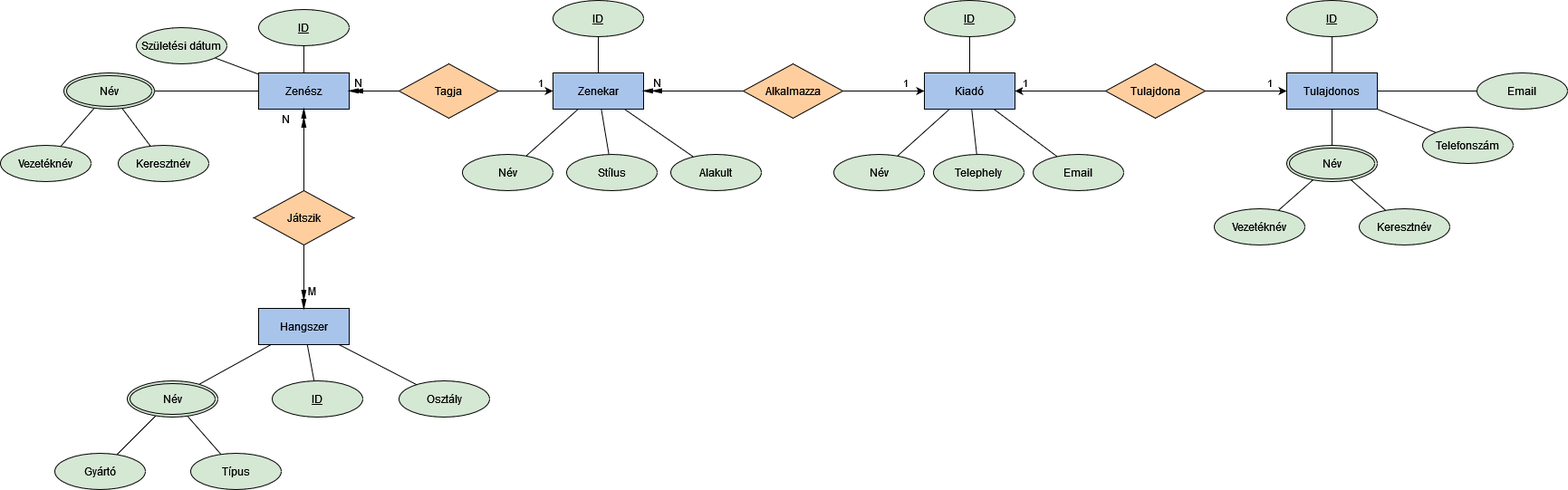
Before: XMLTaskD2ovj9/ERD2ovj9.png, a diagram exported from draw.io (ati72/d2ovj9_XMLGyak). Source tidied: cells renumbered, new cells last; positions are measured from the earlier drawing's top-left corner, leaving out a move shared by most shapes.
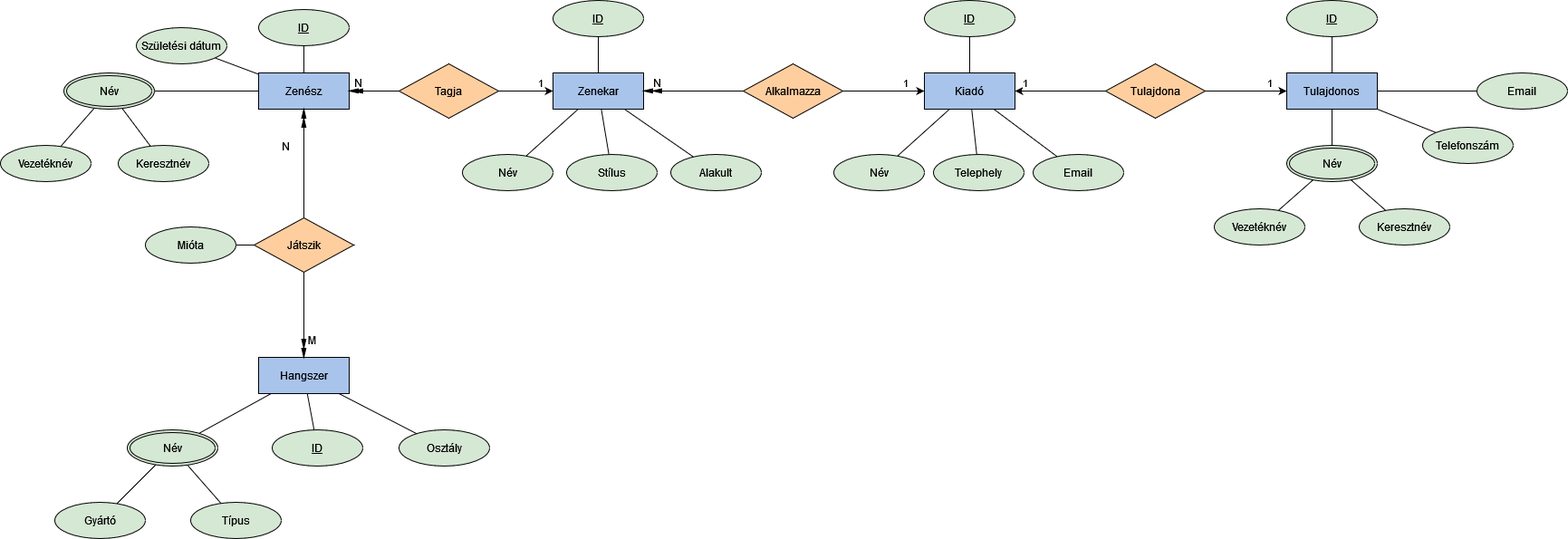
The same file after the commit.

Change to the diagram source:
```diff
@@ -142,10 +142,10 @@
       <mxGeometry relative="1" as="geometry" />
     </mxCell>
     <mxCell id="47" value="&lt;div&gt;Hangszer&lt;/div&gt;" style="whiteSpace=wrap;html=1;align=center;fillColor=#A9C4EB;" parent="1" vertex="1">
-      <mxGeometry x="285" y="340" width="100" height="40" as="geometry" />
+      <mxGeometry x="285" y="394" width="100" height="40" as="geometry" />
     </mxCell>
     <mxCell id="48" value="Játszik" style="shape=rhombus;perimeter=rhombusPerimeter;whiteSpace=wrap;html=1;align=center;fillColor=#FFCE9F;" parent="1" vertex="1">
-      <mxGeometry x="280" y="210" width="110" height="60" as="geometry" />
+      <mxGeometry x="280" y="240" width="110" height="60" as="geometry" />
     </mxCell>
     <mxCell id="49" style="endArrow=none;html=1;rounded=0;" parent="1" edge="1" source="2" target="48">
       <mxGeometry relative="1" as="geometry" />
@@ -164,7 +164,7 @@
       </mxGeometry>
     </mxCell>
     <mxCell id="53" value="ID" style="ellipse;whiteSpace=wrap;html=1;align=center;fontStyle=4;fillColor=#D5E8D4;" parent="1" vertex="1">
-      <mxGeometry x="300" y="420" width="100" height="40" as="geometry" />
+      <mxGeometry x="300" y="474" width="100" height="40" as="geometry" />
     </mxCell>
     <mxCell id="54" value="Telephely" style="ellipse;whiteSpace=wrap;html=1;align=center;fillColor=#D5E8D4;" parent="1" vertex="1">
       <mxGeometry x="1030" y="170" width="100" height="40" as="geometry" />
@@ -179,13 +179,13 @@
       <mxGeometry relative="1" as="geometry" />
     </mxCell>
     <mxCell id="58" value="Osztály" style="ellipse;whiteSpace=wrap;html=1;align=center;fillColor=#D5E8D4;" parent="1" vertex="1">
-      <mxGeometry x="440" y="420" width="100" height="40" as="geometry" />
+      <mxGeometry x="440" y="474" width="100" height="40" as="geometry" />
     </mxCell>
     <mxCell id="59" value="Gyártó" style="ellipse;whiteSpace=wrap;html=1;align=center;fillColor=#D5E8D4;" parent="1" vertex="1">
-      <mxGeometry x="60" y="500" width="100" height="40" as="geometry" />
+      <mxGeometry x="60" y="554" width="100" height="40" as="geometry" />
     </mxCell>
     <mxCell id="60" value="Típus" style="ellipse;whiteSpace=wrap;html=1;align=center;fillColor=#D5E8D4;" parent="1" vertex="1">
-      <mxGeometry x="210" y="500" width="100" height="40" as="geometry" />
+      <mxGeometry x="210" y="554" width="100" height="40" as="geometry" />
     </mxCell>
     <mxCell id="61" style="endArrow=none;html=1;rounded=0;" parent="1" edge="1" source="47" target="58">
       <mxGeometry relative="1" as="geometry" />
@@ -203,7 +203,7 @@
       <mxGeometry relative="1" as="geometry" />
     </mxCell>
     <mxCell id="66" value="Név" style="ellipse;shape=doubleEllipse;margin=3;whiteSpace=wrap;html=1;align=center;fillColor=#D5E8D4;" parent="1" vertex="1">
-      <mxGeometry x="140" y="420" width="100" height="40" as="geometry" />
+      <mxGeometry x="140" y="474" width="100" height="40" as="geometry" />
     </mxCell>
     <mxCell id="67" style="endArrow=classic;html=1;rounded=0;exitX=1;exitY=0.5;exitDx=0;exitDy=0;" parent="1" edge="1" source="14" target="13">
       <mxGeometry relative="1" as="geometry" />
@@ -227,14 +227,14 @@
     </mxCell>
     <mxCell id="71" style="shape=mxgraph.arrows2.wedgeArrow;html=1;startWidth=2.3076923076923066;fillColor=strokeColor;defaultFillColor=invert;defaultGradientColor=invert;rounded=0;" parent="1" edge="1">
       <mxGeometry relative="1" as="geometry">
-        <mxPoint x="334.9" y="330" as="sourcePoint" />
-        <mxPoint x="334.9" y="340" as="targetPoint" />
+        <mxPoint x="334.9" y="384" as="sourcePoint" />
+        <mxPoint x="334.9" y="394" as="targetPoint" />
       </mxGeometry>
     </mxCell>
     <mxCell id="72" style="shape=mxgraph.arrows2.wedgeArrow;html=1;startWidth=2.3076923076923066;fillColor=strokeColor;defaultFillColor=invert;defaultGradientColor=invert;rounded=0;" parent="1" edge="1">
       <mxGeometry relative="1" as="geometry">
-        <mxPoint x="334.9" y="320" as="sourcePoint" />
-        <mxPoint x="334.9" y="330" as="targetPoint" />
+        <mxPoint x="334.9" y="374" as="sourcePoint" />
+        <mxPoint x="334.9" y="384" as="targetPoint" />
       </mxGeometry>
     </mxCell>
     <mxCell id="73" style="shape=mxgraph.arrows2.wedgeArrow;html=1;startWidth=2.3076923076923066;fillColor=strokeColor;defaultFillColor=invert;defaultGradientColor=invert;rounded=0;" parent="1" edge="1">
@@ -287,5 +287,11 @@
         <mxPoint x="2" y="-9" as="offset" />
       </mxGeometry>
     </mxCell>
+    <mxCell id="83" value="Mióta" style="ellipse;whiteSpace=wrap;html=1;align=center;fillColor=#D5E8D4;" parent="1" vertex="1">
+      <mxGeometry x="160" y="250" width="100" height="40" as="geometry" />
+    </mxCell>
+    <mxCell id="84" style="endArrow=none;html=1;rounded=0;exitX=0;exitY=0.5;exitDx=0;exitDy=0;" parent="1" edge="1" source="48" target="83">
+      <mxGeometry relative="1" as="geometry" />
+    </mxCell>
   </root>
 </mxGraphModel>
```
